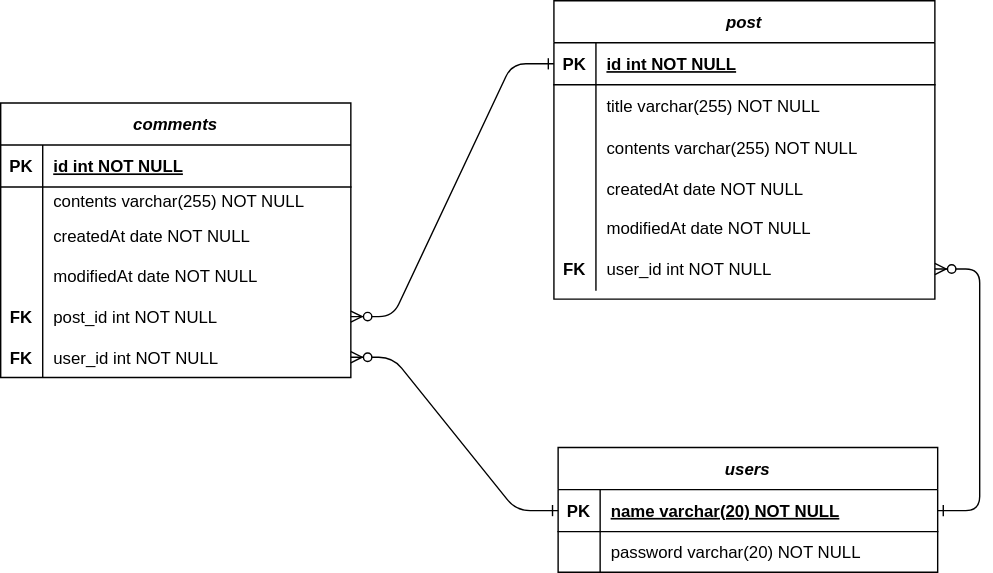
This is DB Structure.drawio.svg from Chaeyounglim/myBlog, a draw.io export, as it was before one commit. Source tidied: cells renumbered, new cells last; positions are measured from the earlier drawing's top-left corner, leaving out a move shared by most shapes.
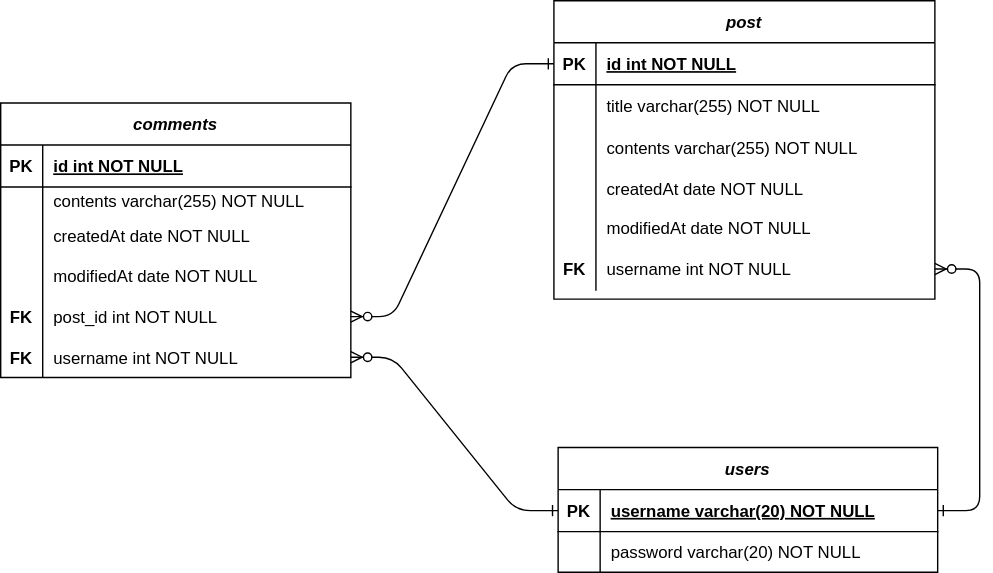
Later version of the same file.

What changed in the source:
```diff
@@ -59,7 +59,7 @@
     <mxCell id="20" value="FK" style="shape=partialRectangle;overflow=hidden;fillColor=none;top=0;left=0;bottom=0;right=0;fontStyle=1;" parent="19" vertex="1">
       <mxGeometry width="30" height="31" as="geometry" />
     </mxCell>
-    <mxCell id="21" value="user_id int NOT NULL" style="shape=partialRectangle;overflow=hidden;fillColor=none;top=0;left=0;bottom=0;right=0;align=left;spacingLeft=6;" parent="19" vertex="1">
+    <mxCell id="21" value="username int NOT NULL" style="shape=partialRectangle;overflow=hidden;fillColor=none;top=0;left=0;bottom=0;right=0;align=left;spacingLeft=6;" parent="19" vertex="1">
       <mxGeometry x="30" width="242" height="31" as="geometry" />
     </mxCell>
     <mxCell id="22" value="users" style="shape=table;startSize=30;rowLines=0;fontStyle=3;align=center;" parent="1" vertex="1">
@@ -71,7 +71,7 @@
     <mxCell id="24" value="PK" style="shape=partialRectangle;overflow=hidden;fillColor=none;top=0;left=0;bottom=0;right=0;fontStyle=1;" parent="23" vertex="1">
       <mxGeometry width="30" height="30" as="geometry" />
     </mxCell>
-    <mxCell id="25" value="name varchar(20) NOT NULL" style="shape=partialRectangle;overflow=hidden;fillColor=none;top=0;left=0;bottom=0;right=0;align=left;spacingLeft=6;fontStyle=5;" parent="23" vertex="1">
+    <mxCell id="25" value="username varchar(20) NOT NULL" style="shape=partialRectangle;overflow=hidden;fillColor=none;top=0;left=0;bottom=0;right=0;align=left;spacingLeft=6;fontStyle=5;" parent="23" vertex="1">
       <mxGeometry x="30" width="241" height="30" as="geometry" />
     </mxCell>
     <mxCell id="26" style="shape=partialRectangle;fillColor=none;top=0;left=0;right=0;bottom=0;" parent="22" vertex="1">
@@ -137,7 +137,7 @@
     <mxCell id="46" value="FK" style="shape=partialRectangle;overflow=hidden;fillColor=none;top=0;left=0;bottom=0;right=0;fontStyle=1;" parent="45" vertex="1">
       <mxGeometry width="30" height="29" as="geometry" />
     </mxCell>
-    <mxCell id="47" value="user_id int NOT NULL" style="shape=partialRectangle;overflow=hidden;fillColor=none;top=0;left=0;bottom=0;right=0;align=left;spacingLeft=6;" parent="45" vertex="1">
+    <mxCell id="47" value="username int NOT NULL" style="shape=partialRectangle;overflow=hidden;fillColor=none;top=0;left=0;bottom=0;right=0;align=left;spacingLeft=6;" parent="45" vertex="1">
       <mxGeometry x="30" width="220" height="29" as="geometry" />
     </mxCell>
     <mxCell id="48" style="edgeStyle=entityRelationEdgeStyle;endArrow=ERzeroToMany;startArrow=ERone;endFill=1;startFill=0;entryX=1;entryY=0.5;entryDx=0;entryDy=0;exitX=0;exitY=0.5;exitDx=0;exitDy=0;" parent="1" edge="1" source="4" target="42">
```
